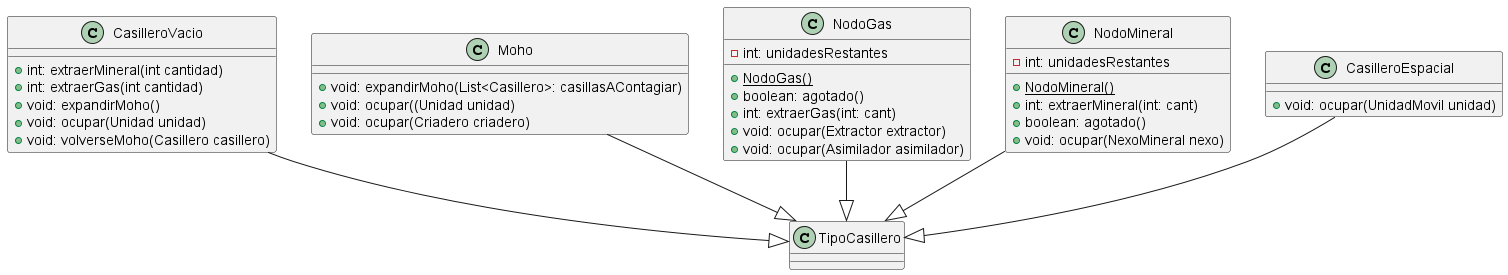
m-cabrerar/AlgoStar keeps this PlantUML diagram as diagrams/classes/TipoCasillero.png. Above is the earlier version. Source of this version:
```plantuml
@startuml


CasilleroVacio --|> TipoCasillero
Moho --|> TipoCasillero
NodoGas --|> TipoCasillero
NodoMineral --|> TipoCasillero
CasilleroEspacial --|> TipoCasillero
class Moho{
 + void: expandirMoho(List<Casillero>: casillasAContagiar)
 + void: ocupar((Unidad unidad)
 + void: ocupar(Criadero criadero)
}

class NodoGas{
 - int: unidadesRestantes
 + <u>NodoGas()
 + boolean: agotado()
 + int: extraerGas(int: cant)
 + void: ocupar(Extractor extractor)
 + void: ocupar(Asimilador asimilador)
}

class NodoMineral{
 - int: unidadesRestantes
 + <u>NodoMineral()
 + int: extraerMineral(int: cant)
 + boolean: agotado()
 + void: ocupar(NexoMineral nexo)
}

class CasilleroEspacial {
 + void: ocupar(UnidadMovil unidad)
}

class CasilleroVacio{
+ int: extraerMineral(int cantidad)
+ int: extraerGas(int cantidad)
+ void: expandirMoho()
+ void: ocupar(Unidad unidad)
+ void: volverseMoho(Casillero casillero)
}

@enduml
```
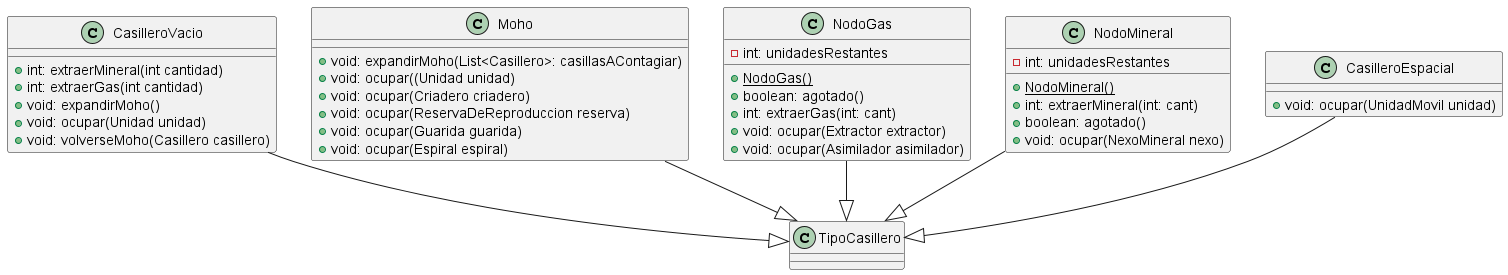
Above is the later version.

Commit message:
uml casillero

What changed in the source:
```diff
@@ -10,6 +10,9 @@
  + void: expandirMoho(List<Casillero>: casillasAContagiar)
  + void: ocupar((Unidad unidad)
  + void: ocupar(Criadero criadero)
+  + void: ocupar(ReservaDeReproduccion reserva)
+   + void: ocupar(Guarida guarida)
+    + void: ocupar(Espiral espiral)
 }
 
 class NodoGas{
```
